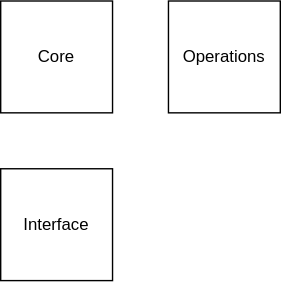
This is graphs/overOverView.drawio.svg from orlinzer/finance-documentation, a draw.io export, as it was before one commit. Source tidied: cells renumbered, new cells last; positions are measured from the earlier drawing's top-left corner, leaving out a move shared by most shapes. Source of this version:
```xml
<mxGraphModel>
  <root>
    <mxCell id="0" />
    <mxCell id="1" parent="0" />
    <mxCell id="2" value="Operations" style="whiteSpace=wrap;html=1;" parent="1" vertex="1">
      <mxGeometry x="120" width="80" height="80" as="geometry" />
    </mxCell>
    <mxCell id="3" value="Core" style="whiteSpace=wrap;html=1;" parent="1" vertex="1">
      <mxGeometry width="80" height="80" as="geometry" />
    </mxCell>
    <mxCell id="4" value="Interface" style="whiteSpace=wrap;html=1;" parent="1" vertex="1">
      <mxGeometry y="120" width="80" height="80" as="geometry" />
    </mxCell>
  </root>
</mxGraphModel>
```
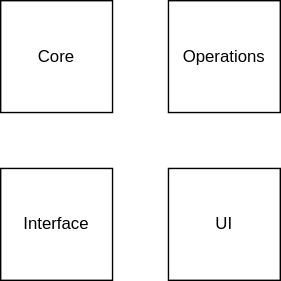
The same file after the commit.

Commit message:
Enhance overview diagram by adjusting dimensions and adding UI label

Change to the diagram source:
```diff
@@ -11,5 +11,8 @@
     <mxCell id="4" value="Interface" style="whiteSpace=wrap;html=1;" parent="1" vertex="1">
       <mxGeometry y="120" width="80" height="80" as="geometry" />
     </mxCell>
+    <mxCell id="5" value="UI" style="whiteSpace=wrap;html=1;" parent="1" vertex="1">
+      <mxGeometry x="120" y="120" width="80" height="80" as="geometry" />
+    </mxCell>
   </root>
 </mxGraphModel>
```
